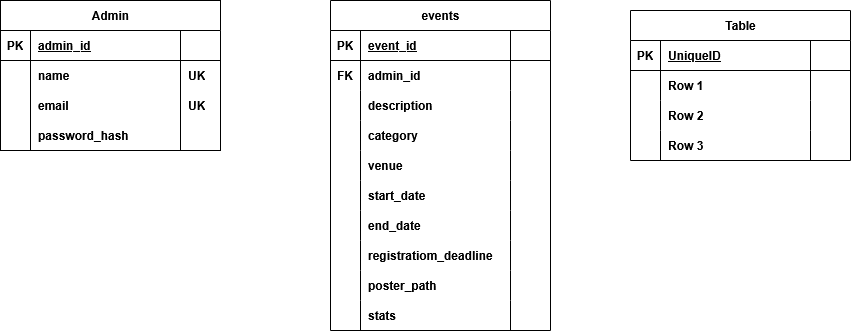
Before: Cultura Database.drawio.png, a diagram exported from draw.io (vincentgit777-a11y/Cultura). Source tidied: cells renumbered, new cells last; positions are measured from the earlier drawing's top-left corner, leaving out a move shared by most shapes.
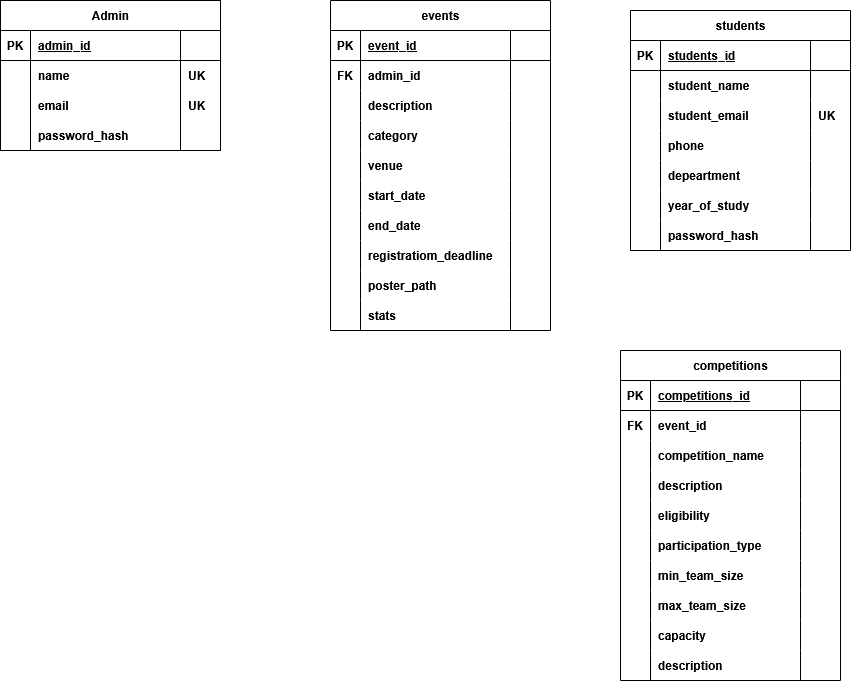
After the change.

The edit, as a diff of the source:
```diff
@@ -178,4 +178,4 @@
     </mxCell>
-    <mxCell id="60" value="Table" style="shape=table;startSize=30;rowLines=0;fontStyle=1;align=center;html=1;strokeColor=default;verticalAlign=middle;fontFamily=Helvetica;fontSize=12;fontColor=default;fillColor=default;" parent="1" vertex="1">
-      <mxGeometry x="630" y="10" width="220" height="150" as="geometry" />
+    <mxCell id="60" value="students" style="shape=table;startSize=30;rowLines=0;fontStyle=1;align=center;html=1;strokeColor=default;verticalAlign=middle;fontFamily=Helvetica;fontSize=12;fontColor=default;fillColor=default;" parent="1" vertex="1">
+      <mxGeometry x="630" y="10" width="220" height="240" as="geometry" />
     </mxCell>
@@ -187,3 +187,3 @@
     </mxCell>
-    <mxCell id="63" value="UniqueID" style="shape=partialRectangle;fillColor=none;top=0;left=0;bottom=0;right=0;align=left;spacingLeft=6;fontStyle=5;overflow=hidden;whiteSpace=wrap;html=1;strokeColor=default;verticalAlign=middle;fontFamily=Helvetica;fontSize=12;fontColor=default;" parent="61" vertex="1">
+    <mxCell id="63" value="students_id" style="shape=partialRectangle;fillColor=none;top=0;left=0;bottom=0;right=0;align=left;spacingLeft=6;fontStyle=5;overflow=hidden;whiteSpace=wrap;html=1;strokeColor=default;verticalAlign=middle;fontFamily=Helvetica;fontSize=12;fontColor=default;" parent="61" vertex="1">
       <mxGeometry x="30" width="150" height="30" as="geometry" />
@@ -199,3 +199,3 @@
     </mxCell>
-    <mxCell id="67" value="Row 1" style="shape=partialRectangle;fillColor=none;top=0;left=0;bottom=0;right=0;align=left;spacingLeft=6;overflow=hidden;whiteSpace=wrap;html=1;strokeColor=default;verticalAlign=middle;fontFamily=Helvetica;fontSize=12;fontColor=default;fontStyle=1;" parent="65" vertex="1">
+    <mxCell id="67" value="student_name" style="shape=partialRectangle;fillColor=none;top=0;left=0;bottom=0;right=0;align=left;spacingLeft=6;overflow=hidden;whiteSpace=wrap;html=1;strokeColor=default;verticalAlign=middle;fontFamily=Helvetica;fontSize=12;fontColor=default;fontStyle=1;" parent="65" vertex="1">
       <mxGeometry x="30" width="150" height="30" as="geometry" />
@@ -211,6 +211,6 @@
     </mxCell>
-    <mxCell id="71" value="Row 2" style="shape=partialRectangle;fillColor=none;top=0;left=0;bottom=0;right=0;align=left;spacingLeft=6;overflow=hidden;whiteSpace=wrap;html=1;strokeColor=default;verticalAlign=middle;fontFamily=Helvetica;fontSize=12;fontColor=default;fontStyle=1;" parent="69" vertex="1">
+    <mxCell id="71" value="student_email" style="shape=partialRectangle;fillColor=none;top=0;left=0;bottom=0;right=0;align=left;spacingLeft=6;overflow=hidden;whiteSpace=wrap;html=1;strokeColor=default;verticalAlign=middle;fontFamily=Helvetica;fontSize=12;fontColor=default;fontStyle=1;" parent="69" vertex="1">
       <mxGeometry x="30" width="150" height="30" as="geometry" />
     </mxCell>
-    <mxCell id="72" style="shape=partialRectangle;fillColor=none;top=0;left=0;bottom=0;right=0;align=left;spacingLeft=6;overflow=hidden;whiteSpace=wrap;html=1;strokeColor=default;verticalAlign=middle;fontFamily=Helvetica;fontSize=12;fontColor=default;fontStyle=1;" parent="69" vertex="1">
+    <mxCell id="72" value="UK" style="shape=partialRectangle;fillColor=none;top=0;left=0;bottom=0;right=0;align=left;spacingLeft=6;overflow=hidden;whiteSpace=wrap;html=1;strokeColor=default;verticalAlign=middle;fontFamily=Helvetica;fontSize=12;fontColor=default;fontStyle=1;" parent="69" vertex="1">
       <mxGeometry x="180" width="40" height="30" as="geometry" />
@@ -223,3 +223,3 @@
     </mxCell>
-    <mxCell id="75" value="Row 3" style="shape=partialRectangle;fillColor=none;top=0;left=0;bottom=0;right=0;align=left;spacingLeft=6;overflow=hidden;whiteSpace=wrap;html=1;strokeColor=default;verticalAlign=middle;fontFamily=Helvetica;fontSize=12;fontColor=default;fontStyle=1;" parent="73" vertex="1">
+    <mxCell id="75" value="phone" style="shape=partialRectangle;fillColor=none;top=0;left=0;bottom=0;right=0;align=left;spacingLeft=6;overflow=hidden;whiteSpace=wrap;html=1;strokeColor=default;verticalAlign=middle;fontFamily=Helvetica;fontSize=12;fontColor=default;fontStyle=1;" parent="73" vertex="1">
       <mxGeometry x="30" width="150" height="30" as="geometry" />
@@ -229,2 +229,161 @@
     </mxCell>
+    <mxCell id="77" style="shape=tableRow;horizontal=0;startSize=0;swimlaneHead=0;swimlaneBody=0;fillColor=none;top=0;left=0;right=0;bottom=0;strokeColor=default;align=center;verticalAlign=middle;fontFamily=Helvetica;fontSize=12;fontColor=default;fontStyle=1;" parent="60" vertex="1">
+      <mxGeometry y="150" width="220" height="30" as="geometry" />
+    </mxCell>
+    <mxCell id="78" style="shape=partialRectangle;fillColor=none;top=0;left=0;bottom=0;right=0;overflow=hidden;whiteSpace=wrap;html=1;strokeColor=default;align=center;verticalAlign=middle;fontFamily=Helvetica;fontSize=12;fontColor=default;fontStyle=1;" parent="77" vertex="1">
+      <mxGeometry width="30" height="30" as="geometry" />
+    </mxCell>
+    <mxCell id="79" value="depeartment" style="shape=partialRectangle;fillColor=none;top=0;left=0;bottom=0;right=0;align=left;spacingLeft=6;overflow=hidden;whiteSpace=wrap;html=1;strokeColor=default;verticalAlign=middle;fontFamily=Helvetica;fontSize=12;fontColor=default;fontStyle=1;" parent="77" vertex="1">
+      <mxGeometry x="30" width="150" height="30" as="geometry" />
+    </mxCell>
+    <mxCell id="80" style="shape=partialRectangle;fillColor=none;top=0;left=0;bottom=0;right=0;align=left;spacingLeft=6;overflow=hidden;whiteSpace=wrap;html=1;strokeColor=default;verticalAlign=middle;fontFamily=Helvetica;fontSize=12;fontColor=default;fontStyle=1;" parent="77" vertex="1">
+      <mxGeometry x="180" width="40" height="30" as="geometry" />
+    </mxCell>
+    <mxCell id="81" style="shape=tableRow;horizontal=0;startSize=0;swimlaneHead=0;swimlaneBody=0;fillColor=none;top=0;left=0;right=0;bottom=0;strokeColor=default;align=center;verticalAlign=middle;fontFamily=Helvetica;fontSize=12;fontColor=default;fontStyle=1;" parent="60" vertex="1">
+      <mxGeometry y="180" width="220" height="30" as="geometry" />
+    </mxCell>
+    <mxCell id="82" style="shape=partialRectangle;fillColor=none;top=0;left=0;bottom=0;right=0;overflow=hidden;whiteSpace=wrap;html=1;strokeColor=default;align=center;verticalAlign=middle;fontFamily=Helvetica;fontSize=12;fontColor=default;fontStyle=1;" parent="81" vertex="1">
+      <mxGeometry width="30" height="30" as="geometry" />
+    </mxCell>
+    <mxCell id="83" value="year_of_study" style="shape=partialRectangle;fillColor=none;top=0;left=0;bottom=0;right=0;align=left;spacingLeft=6;overflow=hidden;whiteSpace=wrap;html=1;strokeColor=default;verticalAlign=middle;fontFamily=Helvetica;fontSize=12;fontColor=default;fontStyle=1;" parent="81" vertex="1">
+      <mxGeometry x="30" width="150" height="30" as="geometry" />
+    </mxCell>
+    <mxCell id="84" style="shape=partialRectangle;fillColor=none;top=0;left=0;bottom=0;right=0;align=left;spacingLeft=6;overflow=hidden;whiteSpace=wrap;html=1;strokeColor=default;verticalAlign=middle;fontFamily=Helvetica;fontSize=12;fontColor=default;fontStyle=1;" parent="81" vertex="1">
+      <mxGeometry x="180" width="40" height="30" as="geometry" />
+    </mxCell>
+    <mxCell id="85" style="shape=tableRow;horizontal=0;startSize=0;swimlaneHead=0;swimlaneBody=0;fillColor=none;top=0;left=0;right=0;bottom=0;strokeColor=default;align=center;verticalAlign=middle;fontFamily=Helvetica;fontSize=12;fontColor=default;fontStyle=1;" parent="60" vertex="1">
+      <mxGeometry y="210" width="220" height="30" as="geometry" />
+    </mxCell>
+    <mxCell id="86" style="shape=partialRectangle;fillColor=none;top=0;left=0;bottom=0;right=0;overflow=hidden;whiteSpace=wrap;html=1;strokeColor=default;align=center;verticalAlign=middle;fontFamily=Helvetica;fontSize=12;fontColor=default;fontStyle=1;" parent="85" vertex="1">
+      <mxGeometry width="30" height="30" as="geometry" />
+    </mxCell>
+    <mxCell id="87" value="password_hash" style="shape=partialRectangle;fillColor=none;top=0;left=0;bottom=0;right=0;align=left;spacingLeft=6;overflow=hidden;whiteSpace=wrap;html=1;strokeColor=default;verticalAlign=middle;fontFamily=Helvetica;fontSize=12;fontColor=default;fontStyle=1;" parent="85" vertex="1">
+      <mxGeometry x="30" width="150" height="30" as="geometry" />
+    </mxCell>
+    <mxCell id="88" style="shape=partialRectangle;fillColor=none;top=0;left=0;bottom=0;right=0;align=left;spacingLeft=6;overflow=hidden;whiteSpace=wrap;html=1;strokeColor=default;verticalAlign=middle;fontFamily=Helvetica;fontSize=12;fontColor=default;fontStyle=1;" parent="85" vertex="1">
+      <mxGeometry x="180" width="40" height="30" as="geometry" />
+    </mxCell>
+    <mxCell id="89" value="competitions" style="shape=table;startSize=30;rowLines=0;fontStyle=1;align=center;html=1;strokeColor=default;verticalAlign=middle;fontFamily=Helvetica;fontSize=12;fontColor=default;fillColor=default;" parent="1" vertex="1">
+      <mxGeometry x="620" y="350" width="220" height="330" as="geometry" />
+    </mxCell>
+    <mxCell id="90" style="shape=tableRow;horizontal=0;startSize=0;swimlaneHead=0;swimlaneBody=0;fillColor=none;top=0;left=0;right=0;bottom=1;strokeColor=default;align=center;verticalAlign=middle;fontFamily=Helvetica;fontSize=12;fontColor=default;fontStyle=1;" parent="89" vertex="1">
+      <mxGeometry y="30" width="220" height="30" as="geometry" />
+    </mxCell>
+    <mxCell id="91" value="PK" style="shape=partialRectangle;fillColor=none;top=0;left=0;bottom=0;right=0;fontStyle=1;overflow=hidden;whiteSpace=wrap;html=1;strokeColor=default;align=center;verticalAlign=middle;fontFamily=Helvetica;fontSize=12;fontColor=default;" parent="90" vertex="1">
+      <mxGeometry width="30" height="30" as="geometry" />
+    </mxCell>
+    <mxCell id="92" value="competitions_id" style="shape=partialRectangle;fillColor=none;top=0;left=0;bottom=0;right=0;align=left;spacingLeft=6;fontStyle=5;overflow=hidden;whiteSpace=wrap;html=1;strokeColor=default;verticalAlign=middle;fontFamily=Helvetica;fontSize=12;fontColor=default;" parent="90" vertex="1">
+      <mxGeometry x="30" width="150" height="30" as="geometry" />
+    </mxCell>
+    <mxCell id="93" style="shape=partialRectangle;fillColor=none;top=0;left=0;bottom=0;right=0;align=left;spacingLeft=6;fontStyle=5;overflow=hidden;whiteSpace=wrap;html=1;strokeColor=default;verticalAlign=middle;fontFamily=Helvetica;fontSize=12;fontColor=default;" parent="90" vertex="1">
+      <mxGeometry x="180" width="40" height="30" as="geometry" />
+    </mxCell>
+    <mxCell id="94" style="shape=tableRow;horizontal=0;startSize=0;swimlaneHead=0;swimlaneBody=0;fillColor=none;top=0;left=0;right=0;bottom=0;strokeColor=default;align=center;verticalAlign=middle;fontFamily=Helvetica;fontSize=12;fontColor=default;fontStyle=1;" parent="89" vertex="1">
+      <mxGeometry y="60" width="220" height="30" as="geometry" />
+    </mxCell>
+    <mxCell id="95" value="FK" style="shape=partialRectangle;fillColor=none;top=0;left=0;bottom=0;right=0;overflow=hidden;whiteSpace=wrap;html=1;strokeColor=default;align=center;verticalAlign=middle;fontFamily=Helvetica;fontSize=12;fontColor=default;fontStyle=1;" parent="94" vertex="1">
+      <mxGeometry width="30" height="30" as="geometry" />
+    </mxCell>
+    <mxCell id="96" value="event_id" style="shape=partialRectangle;fillColor=none;top=0;left=0;bottom=0;right=0;align=left;spacingLeft=6;overflow=hidden;whiteSpace=wrap;html=1;strokeColor=default;verticalAlign=middle;fontFamily=Helvetica;fontSize=12;fontColor=default;fontStyle=1;" parent="94" vertex="1">
+      <mxGeometry x="30" width="150" height="30" as="geometry" />
+    </mxCell>
+    <mxCell id="97" style="shape=partialRectangle;fillColor=none;top=0;left=0;bottom=0;right=0;align=left;spacingLeft=6;overflow=hidden;whiteSpace=wrap;html=1;strokeColor=default;verticalAlign=middle;fontFamily=Helvetica;fontSize=12;fontColor=default;fontStyle=1;" parent="94" vertex="1">
+      <mxGeometry x="180" width="40" height="30" as="geometry" />
+    </mxCell>
+    <mxCell id="98" style="shape=tableRow;horizontal=0;startSize=0;swimlaneHead=0;swimlaneBody=0;fillColor=none;top=0;left=0;right=0;bottom=0;strokeColor=default;align=center;verticalAlign=middle;fontFamily=Helvetica;fontSize=12;fontColor=default;fontStyle=1;" parent="89" vertex="1">
+      <mxGeometry y="90" width="220" height="30" as="geometry" />
+    </mxCell>
+    <mxCell id="99" style="shape=partialRectangle;fillColor=none;top=0;left=0;bottom=0;right=0;overflow=hidden;whiteSpace=wrap;html=1;strokeColor=default;align=center;verticalAlign=middle;fontFamily=Helvetica;fontSize=12;fontColor=default;fontStyle=1;" parent="98" vertex="1">
+      <mxGeometry width="30" height="30" as="geometry" />
+    </mxCell>
+    <mxCell id="100" value="competition_name" style="shape=partialRectangle;fillColor=none;top=0;left=0;bottom=0;right=0;align=left;spacingLeft=6;overflow=hidden;whiteSpace=wrap;html=1;strokeColor=default;verticalAlign=middle;fontFamily=Helvetica;fontSize=12;fontColor=default;fontStyle=1;" parent="98" vertex="1">
+      <mxGeometry x="30" width="150" height="30" as="geometry" />
+    </mxCell>
+    <mxCell id="101" style="shape=partialRectangle;fillColor=none;top=0;left=0;bottom=0;right=0;align=left;spacingLeft=6;overflow=hidden;whiteSpace=wrap;html=1;strokeColor=default;verticalAlign=middle;fontFamily=Helvetica;fontSize=12;fontColor=default;fontStyle=1;" parent="98" vertex="1">
+      <mxGeometry x="180" width="40" height="30" as="geometry" />
+    </mxCell>
+    <mxCell id="102" style="shape=tableRow;horizontal=0;startSize=0;swimlaneHead=0;swimlaneBody=0;fillColor=none;top=0;left=0;right=0;bottom=0;strokeColor=default;align=center;verticalAlign=middle;fontFamily=Helvetica;fontSize=12;fontColor=default;fontStyle=1;" parent="89" vertex="1">
+      <mxGeometry y="120" width="220" height="30" as="geometry" />
+    </mxCell>
+    <mxCell id="103" style="shape=partialRectangle;fillColor=none;top=0;left=0;bottom=0;right=0;overflow=hidden;whiteSpace=wrap;html=1;strokeColor=default;align=center;verticalAlign=middle;fontFamily=Helvetica;fontSize=12;fontColor=default;fontStyle=1;" parent="102" vertex="1">
+      <mxGeometry width="30" height="30" as="geometry" />
+    </mxCell>
+    <mxCell id="104" value="description" style="shape=partialRectangle;fillColor=none;top=0;left=0;bottom=0;right=0;align=left;spacingLeft=6;overflow=hidden;whiteSpace=wrap;html=1;strokeColor=default;verticalAlign=middle;fontFamily=Helvetica;fontSize=12;fontColor=default;fontStyle=1;" parent="102" vertex="1">
+      <mxGeometry x="30" width="150" height="30" as="geometry" />
+    </mxCell>
+    <mxCell id="105" style="shape=partialRectangle;fillColor=none;top=0;left=0;bottom=0;right=0;align=left;spacingLeft=6;overflow=hidden;whiteSpace=wrap;html=1;strokeColor=default;verticalAlign=middle;fontFamily=Helvetica;fontSize=12;fontColor=default;fontStyle=1;" parent="102" vertex="1">
+      <mxGeometry x="180" width="40" height="30" as="geometry" />
+    </mxCell>
+    <mxCell id="106" style="shape=tableRow;horizontal=0;startSize=0;swimlaneHead=0;swimlaneBody=0;fillColor=none;top=0;left=0;right=0;bottom=0;strokeColor=default;align=center;verticalAlign=middle;fontFamily=Helvetica;fontSize=12;fontColor=default;fontStyle=1;" parent="89" vertex="1">
+      <mxGeometry y="150" width="220" height="30" as="geometry" />
+    </mxCell>
+    <mxCell id="107" style="shape=partialRectangle;fillColor=none;top=0;left=0;bottom=0;right=0;overflow=hidden;whiteSpace=wrap;html=1;strokeColor=default;align=center;verticalAlign=middle;fontFamily=Helvetica;fontSize=12;fontColor=default;fontStyle=1;" parent="106" vertex="1">
+      <mxGeometry width="30" height="30" as="geometry" />
+    </mxCell>
+    <mxCell id="108" value="eligibility" style="shape=partialRectangle;fillColor=none;top=0;left=0;bottom=0;right=0;align=left;spacingLeft=6;overflow=hidden;whiteSpace=wrap;html=1;strokeColor=default;verticalAlign=middle;fontFamily=Helvetica;fontSize=12;fontColor=default;fontStyle=1;" parent="106" vertex="1">
+      <mxGeometry x="30" width="150" height="30" as="geometry" />
+    </mxCell>
+    <mxCell id="109" style="shape=partialRectangle;fillColor=none;top=0;left=0;bottom=0;right=0;align=left;spacingLeft=6;overflow=hidden;whiteSpace=wrap;html=1;strokeColor=default;verticalAlign=middle;fontFamily=Helvetica;fontSize=12;fontColor=default;fontStyle=1;" parent="106" vertex="1">
+      <mxGeometry x="180" width="40" height="30" as="geometry" />
+    </mxCell>
+    <mxCell id="110" style="shape=tableRow;horizontal=0;startSize=0;swimlaneHead=0;swimlaneBody=0;fillColor=none;top=0;left=0;right=0;bottom=0;strokeColor=default;align=center;verticalAlign=middle;fontFamily=Helvetica;fontSize=12;fontColor=default;fontStyle=1;" parent="89" vertex="1">
+      <mxGeometry y="180" width="220" height="30" as="geometry" />
+    </mxCell>
+    <mxCell id="111" style="shape=partialRectangle;fillColor=none;top=0;left=0;bottom=0;right=0;overflow=hidden;whiteSpace=wrap;html=1;strokeColor=default;align=center;verticalAlign=middle;fontFamily=Helvetica;fontSize=12;fontColor=default;fontStyle=1;" parent="110" vertex="1">
+      <mxGeometry width="30" height="30" as="geometry" />
+    </mxCell>
+    <mxCell id="112" value="participation_type" style="shape=partialRectangle;fillColor=none;top=0;left=0;bottom=0;right=0;align=left;spacingLeft=6;overflow=hidden;whiteSpace=wrap;html=1;strokeColor=default;verticalAlign=middle;fontFamily=Helvetica;fontSize=12;fontColor=default;fontStyle=1;" parent="110" vertex="1">
+      <mxGeometry x="30" width="150" height="30" as="geometry" />
+    </mxCell>
+    <mxCell id="113" style="shape=partialRectangle;fillColor=none;top=0;left=0;bottom=0;right=0;align=left;spacingLeft=6;overflow=hidden;whiteSpace=wrap;html=1;strokeColor=default;verticalAlign=middle;fontFamily=Helvetica;fontSize=12;fontColor=default;fontStyle=1;" parent="110" vertex="1">
+      <mxGeometry x="180" width="40" height="30" as="geometry" />
+    </mxCell>
+    <mxCell id="114" style="shape=tableRow;horizontal=0;startSize=0;swimlaneHead=0;swimlaneBody=0;fillColor=none;top=0;left=0;right=0;bottom=0;strokeColor=default;align=center;verticalAlign=middle;fontFamily=Helvetica;fontSize=12;fontColor=default;fontStyle=1;" parent="89" vertex="1">
+      <mxGeometry y="210" width="220" height="30" as="geometry" />
+    </mxCell>
+    <mxCell id="115" style="shape=partialRectangle;fillColor=none;top=0;left=0;bottom=0;right=0;overflow=hidden;whiteSpace=wrap;html=1;strokeColor=default;align=center;verticalAlign=middle;fontFamily=Helvetica;fontSize=12;fontColor=default;fontStyle=1;" parent="114" vertex="1">
+      <mxGeometry width="30" height="30" as="geometry" />
+    </mxCell>
+    <mxCell id="116" value="min_team_size" style="shape=partialRectangle;fillColor=none;top=0;left=0;bottom=0;right=0;align=left;spacingLeft=6;overflow=hidden;whiteSpace=wrap;html=1;strokeColor=default;verticalAlign=middle;fontFamily=Helvetica;fontSize=12;fontColor=default;fontStyle=1;" parent="114" vertex="1">
+      <mxGeometry x="30" width="150" height="30" as="geometry" />
+    </mxCell>
+    <mxCell id="117" style="shape=partialRectangle;fillColor=none;top=0;left=0;bottom=0;right=0;align=left;spacingLeft=6;overflow=hidden;whiteSpace=wrap;html=1;strokeColor=default;verticalAlign=middle;fontFamily=Helvetica;fontSize=12;fontColor=default;fontStyle=1;" parent="114" vertex="1">
+      <mxGeometry x="180" width="40" height="30" as="geometry" />
+    </mxCell>
+    <mxCell id="118" style="shape=tableRow;horizontal=0;startSize=0;swimlaneHead=0;swimlaneBody=0;fillColor=none;top=0;left=0;right=0;bottom=0;strokeColor=default;align=center;verticalAlign=middle;fontFamily=Helvetica;fontSize=12;fontColor=default;fontStyle=1;" parent="89" vertex="1">
+      <mxGeometry y="240" width="220" height="30" as="geometry" />
+    </mxCell>
+    <mxCell id="119" style="shape=partialRectangle;fillColor=none;top=0;left=0;bottom=0;right=0;overflow=hidden;whiteSpace=wrap;html=1;strokeColor=default;align=center;verticalAlign=middle;fontFamily=Helvetica;fontSize=12;fontColor=default;fontStyle=1;" parent="118" vertex="1">
+      <mxGeometry width="30" height="30" as="geometry" />
+    </mxCell>
+    <mxCell id="120" value="max_team_size" style="shape=partialRectangle;fillColor=none;top=0;left=0;bottom=0;right=0;align=left;spacingLeft=6;overflow=hidden;whiteSpace=wrap;html=1;strokeColor=default;verticalAlign=middle;fontFamily=Helvetica;fontSize=12;fontColor=default;fontStyle=1;" parent="118" vertex="1">
+      <mxGeometry x="30" width="150" height="30" as="geometry" />
+    </mxCell>
+    <mxCell id="121" style="shape=partialRectangle;fillColor=none;top=0;left=0;bottom=0;right=0;align=left;spacingLeft=6;overflow=hidden;whiteSpace=wrap;html=1;strokeColor=default;verticalAlign=middle;fontFamily=Helvetica;fontSize=12;fontColor=default;fontStyle=1;" parent="118" vertex="1">
+      <mxGeometry x="180" width="40" height="30" as="geometry" />
+    </mxCell>
+    <mxCell id="122" style="shape=tableRow;horizontal=0;startSize=0;swimlaneHead=0;swimlaneBody=0;fillColor=none;top=0;left=0;right=0;bottom=0;strokeColor=default;align=center;verticalAlign=middle;fontFamily=Helvetica;fontSize=12;fontColor=default;fontStyle=1;" parent="89" vertex="1">
+      <mxGeometry y="270" width="220" height="30" as="geometry" />
+    </mxCell>
+    <mxCell id="123" style="shape=partialRectangle;fillColor=none;top=0;left=0;bottom=0;right=0;overflow=hidden;whiteSpace=wrap;html=1;strokeColor=default;align=center;verticalAlign=middle;fontFamily=Helvetica;fontSize=12;fontColor=default;fontStyle=1;" parent="122" vertex="1">
+      <mxGeometry width="30" height="30" as="geometry" />
+    </mxCell>
+    <mxCell id="124" value="capacity" style="shape=partialRectangle;fillColor=none;top=0;left=0;bottom=0;right=0;align=left;spacingLeft=6;overflow=hidden;whiteSpace=wrap;html=1;strokeColor=default;verticalAlign=middle;fontFamily=Helvetica;fontSize=12;fontColor=default;fontStyle=1;" parent="122" vertex="1">
+      <mxGeometry x="30" width="150" height="30" as="geometry" />
+    </mxCell>
+    <mxCell id="125" style="shape=partialRectangle;fillColor=none;top=0;left=0;bottom=0;right=0;align=left;spacingLeft=6;overflow=hidden;whiteSpace=wrap;html=1;strokeColor=default;verticalAlign=middle;fontFamily=Helvetica;fontSize=12;fontColor=default;fontStyle=1;" parent="122" vertex="1">
+      <mxGeometry x="180" width="40" height="30" as="geometry" />
+    </mxCell>
+    <mxCell id="126" style="shape=tableRow;horizontal=0;startSize=0;swimlaneHead=0;swimlaneBody=0;fillColor=none;top=0;left=0;right=0;bottom=0;strokeColor=default;align=center;verticalAlign=middle;fontFamily=Helvetica;fontSize=12;fontColor=default;fontStyle=1;" parent="89" vertex="1">
+      <mxGeometry y="300" width="220" height="30" as="geometry" />
+    </mxCell>
+    <mxCell id="127" style="shape=partialRectangle;fillColor=none;top=0;left=0;bottom=0;right=0;overflow=hidden;whiteSpace=wrap;html=1;strokeColor=default;align=center;verticalAlign=middle;fontFamily=Helvetica;fontSize=12;fontColor=default;fontStyle=1;" parent="126" vertex="1">
+      <mxGeometry width="30" height="30" as="geometry" />
+    </mxCell>
+    <mxCell id="128" value="description" style="shape=partialRectangle;fillColor=none;top=0;left=0;bottom=0;right=0;align=left;spacingLeft=6;overflow=hidden;whiteSpace=wrap;html=1;strokeColor=default;verticalAlign=middle;fontFamily=Helvetica;fontSize=12;fontColor=default;fontStyle=1;" parent="126" vertex="1">
+      <mxGeometry x="30" width="150" height="30" as="geometry" />
+    </mxCell>
+    <mxCell id="129" style="shape=partialRectangle;fillColor=none;top=0;left=0;bottom=0;right=0;align=left;spacingLeft=6;overflow=hidden;whiteSpace=wrap;html=1;strokeColor=default;verticalAlign=middle;fontFamily=Helvetica;fontSize=12;fontColor=default;fontStyle=1;" parent="126" vertex="1">
+      <mxGeometry x="180" width="40" height="30" as="geometry" />
+    </mxCell>
   </root>
```
